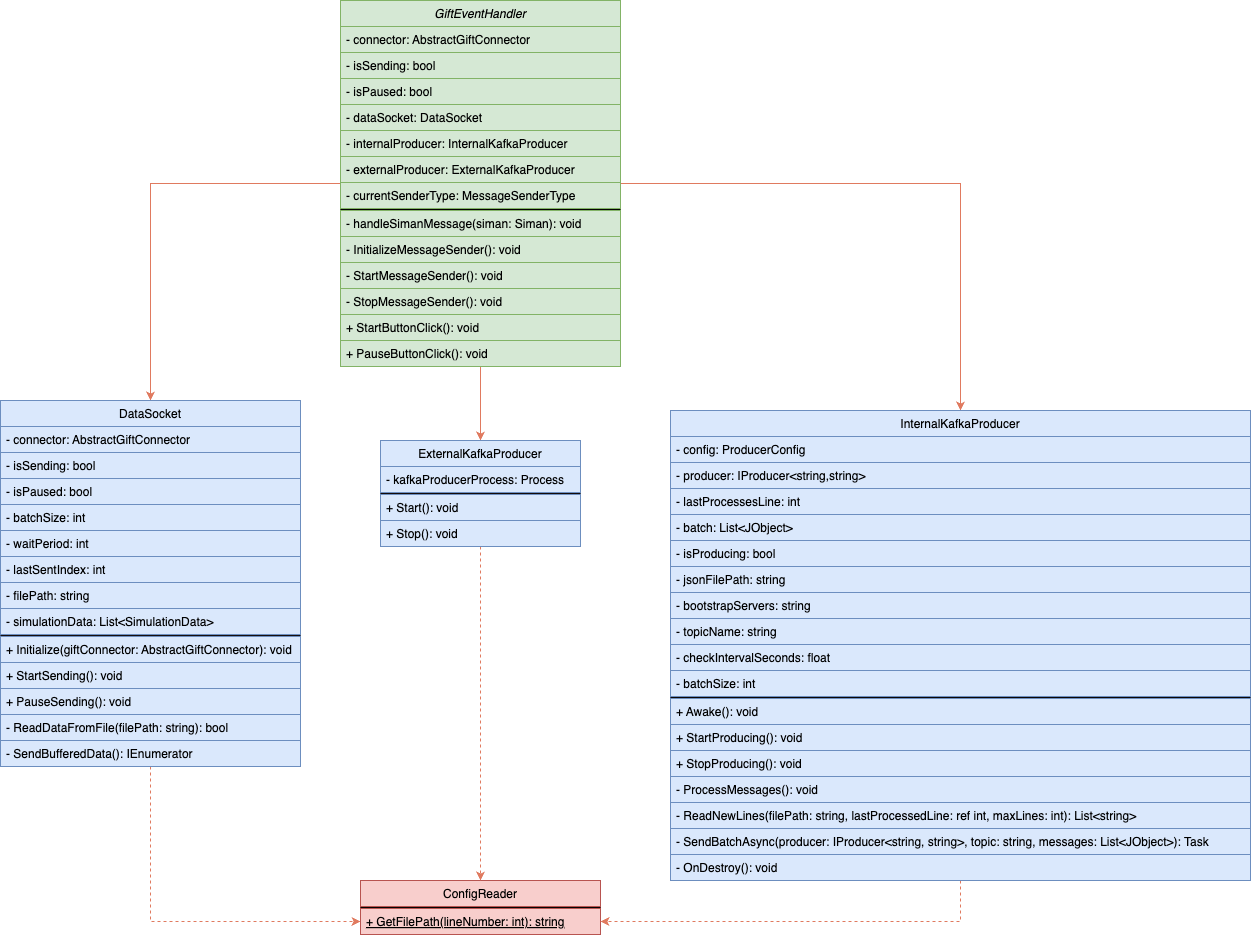
Earlier version of the draw.io export Documentation/Unity_Steelartt_Class_Diagram.png (kgary/GIFT-SVN). Source tidied: cells renumbered, new cells last; positions are measured from the earlier drawing's top-left corner, leaving out a move shared by most shapes.
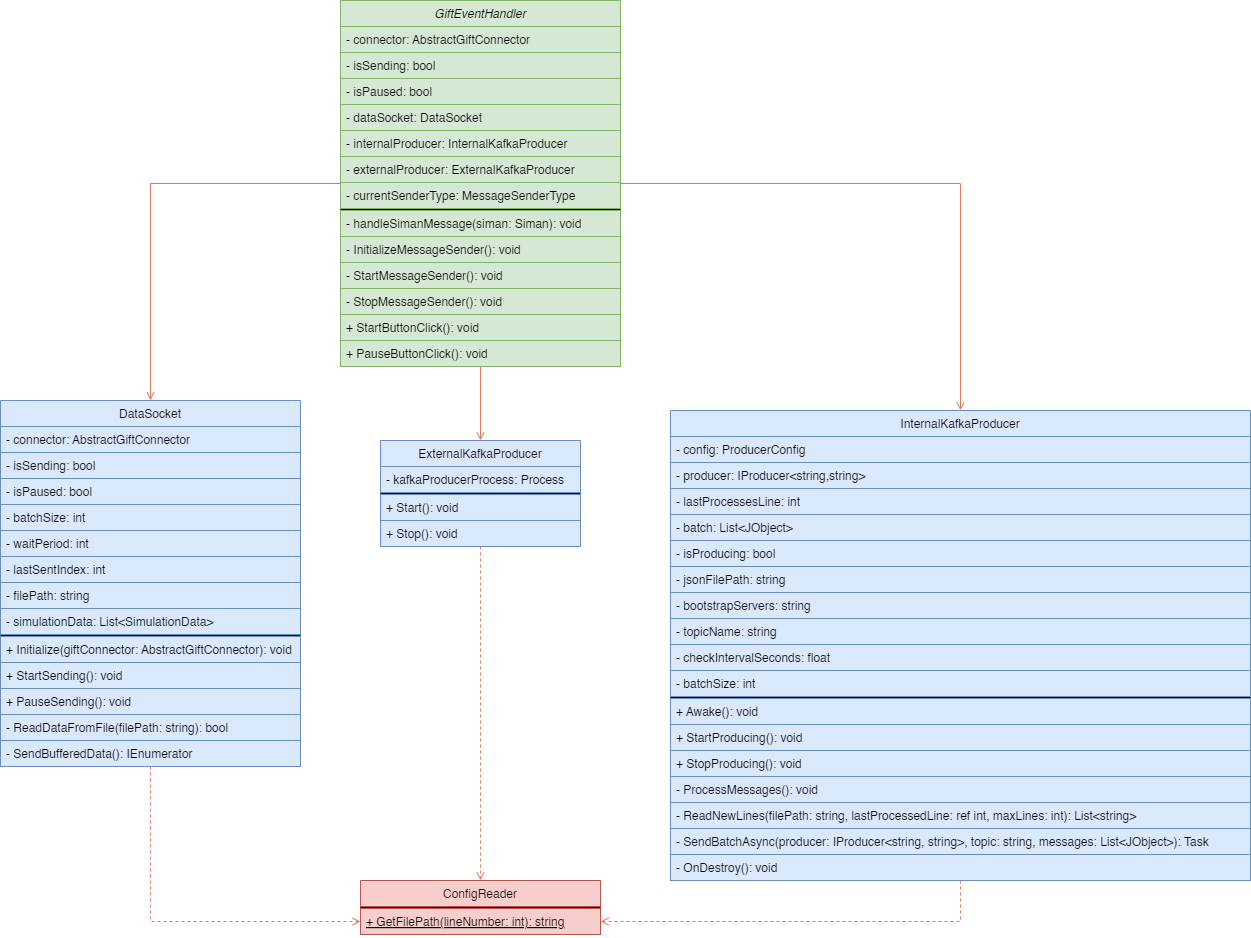
Above is the later version.

Commit message:
Added description for the Unity SteelArtt Class Diagram.

The edit, as a diff of the source:
```diff
@@ -2,13 +2,13 @@
   <root>
     <mxCell id="0" />
     <mxCell id="1" parent="0" />
-    <mxCell id="2" style="edgeStyle=orthogonalEdgeStyle;rounded=0;jettySize=auto;html=1;labelBackgroundColor=none;strokeColor=#E07A5F;fontColor=default;" parent="1" edge="1" source="5" target="21">
+    <mxCell id="2" style="edgeStyle=orthogonalEdgeStyle;rounded=0;jettySize=auto;html=1;labelBackgroundColor=none;strokeColor=#E07A5F;fontColor=default;endArrow=open;endFill=0;" parent="1" edge="1" source="5" target="21">
       <mxGeometry relative="1" as="geometry" />
     </mxCell>
-    <mxCell id="3" style="edgeStyle=orthogonalEdgeStyle;rounded=0;jettySize=auto;html=1;labelBackgroundColor=none;strokeColor=#E07A5F;fontColor=default;" parent="1" edge="1" source="5" target="40">
+    <mxCell id="3" style="edgeStyle=orthogonalEdgeStyle;rounded=0;jettySize=auto;html=1;labelBackgroundColor=none;strokeColor=#E07A5F;fontColor=default;endArrow=open;endFill=0;" parent="1" edge="1" source="5" target="40">
       <mxGeometry relative="1" as="geometry" />
     </mxCell>
-    <mxCell id="4" style="edgeStyle=orthogonalEdgeStyle;rounded=0;jettySize=auto;html=1;entryX=0.5;entryY=0;entryDx=0;entryDy=0;labelBackgroundColor=none;strokeColor=#E07A5F;fontColor=default;" parent="1" edge="1" source="5" target="60">
+    <mxCell id="4" style="edgeStyle=orthogonalEdgeStyle;rounded=0;jettySize=auto;html=1;entryX=0.5;entryY=0;entryDx=0;entryDy=0;labelBackgroundColor=none;strokeColor=#E07A5F;fontColor=default;endArrow=open;endFill=0;" parent="1" edge="1" source="5" target="60">
       <mxGeometry relative="1" as="geometry" />
     </mxCell>
     <mxCell id="5" value="GiftEventHandler" style="swimlane;fontStyle=2;align=center;verticalAlign=top;horizontal=1;startSize=26;rounded=0;shadow=0;strokeWidth=1;labelBackgroundColor=none;fillColor=#D5E8D4;strokeColor=#82b366;gradientColor=none;swimlaneFillColor=none;" parent="1" vertex="1">
@@ -56,7 +56,7 @@
     <mxCell id="19" value="+ PauseButtonClick(): void" style="text;align=left;verticalAlign=top;spacingLeft=4;spacingRight=4;overflow=hidden;labelBackgroundColor=none;fillColor=#d5e8d4;strokeColor=#82b366;" parent="5" vertex="1">
       <mxGeometry y="340" width="280" height="26" as="geometry" />
     </mxCell>
-    <mxCell id="20" style="edgeStyle=orthogonalEdgeStyle;rounded=0;jettySize=auto;html=1;entryX=0;entryY=0.5;entryDx=0;entryDy=0;dashed=1;labelBackgroundColor=none;strokeColor=#E07A5F;fontColor=default;" parent="1" edge="1" source="21" target="38">
+    <mxCell id="20" style="edgeStyle=orthogonalEdgeStyle;rounded=0;jettySize=auto;html=1;entryX=0;entryY=0.5;entryDx=0;entryDy=0;dashed=1;labelBackgroundColor=none;strokeColor=#E07A5F;fontColor=default;endArrow=open;endFill=0;" parent="1" edge="1" source="21" target="38">
       <mxGeometry relative="1" as="geometry" />
     </mxCell>
     <mxCell id="21" value="DataSocket" style="swimlane;fontStyle=0;align=center;verticalAlign=top;horizontal=1;startSize=26;rounded=0;shadow=0;strokeWidth=1;labelBackgroundColor=none;fillColor=#dae8fc;strokeColor=#6c8ebf;" parent="1" vertex="1">
@@ -113,7 +113,7 @@
     <mxCell id="38" value="+ GetFilePath(lineNumber: int): string" style="text;align=left;verticalAlign=top;spacingLeft=4;spacingRight=4;overflow=hidden;points=[[0,0.5],[1,0.5]];portConstraint=eastwest;fontStyle=4;labelBackgroundColor=none;fillColor=#f8cecc;strokeColor=#b85450;" parent="36" vertex="1">
       <mxGeometry y="28" width="240" height="26" as="geometry" />
     </mxCell>
-    <mxCell id="39" style="edgeStyle=orthogonalEdgeStyle;rounded=0;jettySize=auto;html=1;entryX=1;entryY=0.5;entryDx=0;entryDy=0;dashed=1;labelBackgroundColor=none;strokeColor=#E07A5F;fontColor=default;" parent="1" edge="1" source="40" target="38">
+    <mxCell id="39" style="edgeStyle=orthogonalEdgeStyle;rounded=0;jettySize=auto;html=1;entryX=1;entryY=0.5;entryDx=0;entryDy=0;dashed=1;labelBackgroundColor=none;strokeColor=#E07A5F;fontColor=default;endArrow=open;endFill=0;" parent="1" edge="1" source="40" target="38">
       <mxGeometry relative="1" as="geometry" />
     </mxCell>
     <mxCell id="40" value="InternalKafkaProducer" style="swimlane;fontStyle=0;align=center;verticalAlign=top;horizontal=1;startSize=26;rounded=0;shadow=0;strokeWidth=1;labelBackgroundColor=none;fillColor=#dae8fc;strokeColor=#6c8ebf;" parent="1" vertex="1">
@@ -173,7 +173,7 @@
     <mxCell id="58" value="- OnDestroy(): void " style="text;align=left;verticalAlign=top;spacingLeft=4;spacingRight=4;overflow=hidden;labelBackgroundColor=none;fillColor=#dae8fc;strokeColor=#6c8ebf;" parent="40" vertex="1">
       <mxGeometry y="444" width="580" height="26" as="geometry" />
     </mxCell>
-    <mxCell id="59" style="edgeStyle=orthogonalEdgeStyle;rounded=0;jettySize=auto;html=1;entryX=0.5;entryY=0;entryDx=0;entryDy=0;dashed=1;labelBackgroundColor=none;strokeColor=#E07A5F;fontColor=default;" parent="1" edge="1" source="60" target="36">
+    <mxCell id="59" style="edgeStyle=orthogonalEdgeStyle;rounded=0;jettySize=auto;html=1;entryX=0.5;entryY=0;entryDx=0;entryDy=0;dashed=1;labelBackgroundColor=none;strokeColor=#E07A5F;fontColor=default;endArrow=open;endFill=0;" parent="1" edge="1" source="60" target="36">
       <mxGeometry relative="1" as="geometry" />
     </mxCell>
     <mxCell id="60" value="ExternalKafkaProducer" style="swimlane;fontStyle=0;align=center;verticalAlign=top;horizontal=1;startSize=26;rounded=0;shadow=0;strokeWidth=1;labelBackgroundColor=none;fillColor=#dae8fc;strokeColor=#6c8ebf;" parent="1" vertex="1">
```
